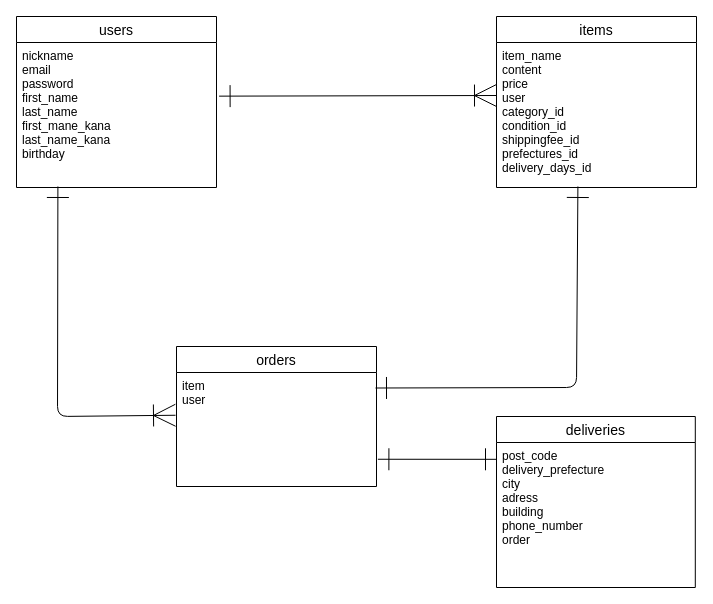
rikakohira/furima-38304 keeps this draw.io diagram as app/controllers/furima.dio. Above is the earlier version. Source tidied: cells renumbered, new cells numbered last; positions are measured from the earlier drawing's top-left corner, leaving out a move shared by most shapes. Both pictures are drawn from the tidied source at 100%, with x=0, y=0 at pixel (16, 16).
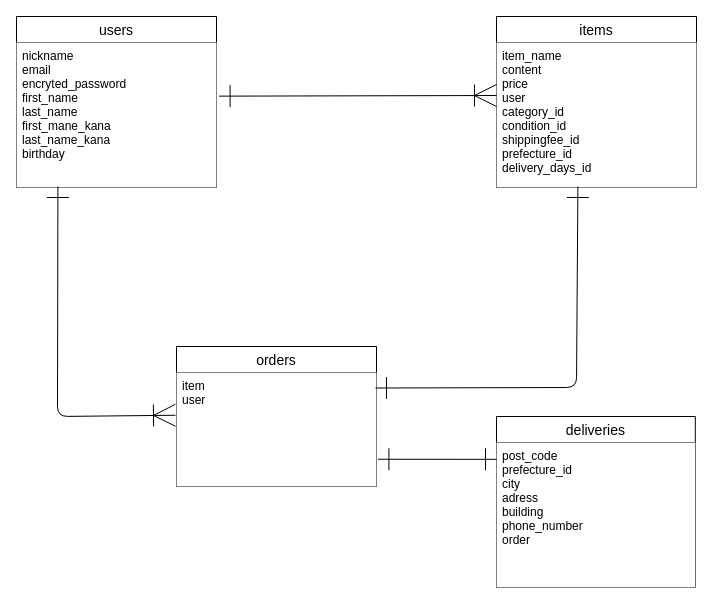
After the change.

Diff of the diagram source:
```diff
@@
-<mxGraphModel>
+<mxGraphModel background="#ffffff">
   <root>
     <mxCell id="0" />
     <mxCell id="1" parent="0" />
     <mxCell id="2" value="users" style="swimlane;fontStyle=0;horizontal=1;startSize=26;align=center;fontSize=14;" parent="1" vertex="1">
       <mxGeometry width="200" height="171" as="geometry" />
     </mxCell>
-    <mxCell id="3" value="nickname&#10;email&#10;password&#10;first_name&#10;last_name&#10;first_mane_kana&#10;last_name_kana&#10;birthday" style="text;strokeColor=none;fillColor=none;spacingLeft=4;spacingRight=4;overflow=hidden;points=[[0,0.5],[1,0.5]];portConstraint=eastwest;fontSize=12;" parent="2" vertex="1">
+    <mxCell id="3" value="nickname&#10;email&#10;encryted_password&#10;first_name&#10;last_name&#10;first_mane_kana&#10;last_name_kana&#10;birthday" style="text;spacingLeft=4;spacingRight=4;overflow=hidden;points=[[0,0.5],[1,0.5]];portConstraint=eastwest;fontSize=12;fillColor=default;" parent="2" vertex="1">
       <mxGeometry y="26" width="200" height="145" as="geometry" />
     </mxCell>
     <mxCell id="4" value="items" style="swimlane;fontStyle=0;horizontal=1;startSize=26;align=center;fontSize=14;" parent="1" vertex="1">
       <mxGeometry x="480" width="200" height="171" as="geometry" />
     </mxCell>
-    <mxCell id="5" value="item_name&#10;content&#10;price&#10;user&#10;category_id&#10;condition_id&#10;shippingfee_id&#10;prefectures_id&#10;delivery_days_id" style="text;strokeColor=none;fillColor=none;spacingLeft=4;spacingRight=4;overflow=hidden;points=[[0,0.5],[1,0.5]];portConstraint=eastwest;fontSize=12;" parent="4" vertex="1">
+    <mxCell id="5" value="item_name&#10;content&#10;price&#10;user&#10;category_id&#10;condition_id&#10;shippingfee_id&#10;prefecture_id&#10;delivery_days_id" style="text;strokeColor=none;fillColor=default;spacingLeft=4;spacingRight=4;overflow=hidden;points=[[0,0.5],[1,0.5]];portConstraint=eastwest;fontSize=12;" parent="4" vertex="1">
       <mxGeometry y="26" width="200" height="145" as="geometry" />
     </mxCell>
-    <mxCell id="6" style="edgeStyle=none;html=1;targetPerimeterSpacing=0;endArrow=ERone;endFill=0;endSize=20;startArrow=ERoneToMany;startFill=0;entryX=1.013;entryY=0.37;entryDx=0;entryDy=0;entryPerimeter=0;startSize=20;" parent="1" edge="1" target="3">
+    <mxCell id="6" style="edgeStyle=none;html=1;targetPerimeterSpacing=0;endArrow=ERone;endFill=0;endSize=20;startArrow=ERoneToMany;startFill=0;entryX=1.013;entryY=0.37;entryDx=0;entryDy=0;entryPerimeter=0;startSize=20;strokeColor=#000000;" parent="1" edge="1" target="3">
       <mxGeometry relative="1" as="geometry">
         <mxPoint x="480" y="79" as="sourcePoint" />
       </mxGeometry>
     </mxCell>
     <mxCell id="7" value="orders" style="swimlane;fontStyle=0;horizontal=1;startSize=26;align=center;fontSize=14;fontFamily=Helvetica;fontColor=default;" parent="1" vertex="1">
       <mxGeometry x="160" y="330" width="200" height="140" as="geometry" />
     </mxCell>
-    <mxCell id="8" value="item&#10;user" style="text;strokeColor=none;fillColor=none;spacingLeft=4;spacingRight=4;overflow=hidden;points=[[0,0.5],[1,0.5]];portConstraint=eastwest;fontSize=12;fontFamily=Helvetica;fontColor=default;" parent="7" vertex="1">
+    <mxCell id="8" value="item&#10;user" style="text;strokeColor=none;fillColor=default;spacingLeft=4;spacingRight=4;overflow=hidden;points=[[0,0.5],[1,0.5]];portConstraint=eastwest;fontSize=12;fontFamily=Helvetica;fontColor=default;" parent="7" vertex="1">
       <mxGeometry y="26" width="200" height="114" as="geometry" />
     </mxCell>
     <mxCell id="9" value="deliveries" style="swimlane;fontStyle=0;horizontal=1;startSize=26;align=center;fontSize=14;fontFamily=Helvetica;fontColor=default;" parent="1" vertex="1">
       <mxGeometry x="480" y="400" width="198.8" height="171" as="geometry" />
     </mxCell>
-    <mxCell id="10" value="post_code&#10;delivery_prefecture&#10;city&#10;adress&#10;building&#10;phone_number&#10;order" style="text;strokeColor=none;fillColor=none;spacingLeft=4;spacingRight=4;overflow=hidden;points=[[0,0.5],[1,0.5]];portConstraint=eastwest;fontSize=12;fontFamily=Helvetica;fontColor=default;" parent="9" vertex="1">
+    <mxCell id="10" value="post_code&#10;prefecture_id&#10;city&#10;adress&#10;building&#10;phone_number&#10;order" style="text;strokeColor=none;fillColor=default;spacingLeft=4;spacingRight=4;overflow=hidden;points=[[0,0.5],[1,0.5]];portConstraint=eastwest;fontSize=12;fontFamily=Helvetica;fontColor=default;" parent="9" vertex="1">
       <mxGeometry y="26" width="198.8" height="145" as="geometry" />
     </mxCell>
-    <mxCell id="11" style="edgeStyle=none;rounded=1;html=1;entryX=0.207;entryY=0.993;entryDx=0;entryDy=0;entryPerimeter=0;labelBackgroundColor=default;fontFamily=Helvetica;fontSize=11;fontColor=default;startArrow=ERoneToMany;startFill=0;endArrow=ERone;endFill=0;startSize=20;endSize=20;targetPerimeterSpacing=0;strokeColor=default;exitX=-0.005;exitY=0.375;exitDx=0;exitDy=0;exitPerimeter=0;" parent="1" edge="1" source="8" target="3">
+    <mxCell id="11" style="edgeStyle=none;rounded=1;html=1;entryX=0.207;entryY=0.993;entryDx=0;entryDy=0;entryPerimeter=0;labelBackgroundColor=default;fontFamily=Helvetica;fontSize=11;fontColor=default;startArrow=ERoneToMany;startFill=0;endArrow=ERone;endFill=0;startSize=20;endSize=20;targetPerimeterSpacing=0;strokeColor=#000000;exitX=-0.005;exitY=0.375;exitDx=0;exitDy=0;exitPerimeter=0;" parent="1" edge="1" source="8" target="3">
       <mxGeometry relative="1" as="geometry">
         <Array as="points">
           <mxPoint x="41" y="400" />
         </Array>
       </mxGeometry>
     </mxCell>
-    <mxCell id="12" style="edgeStyle=none;rounded=1;html=1;labelBackgroundColor=default;fontFamily=Helvetica;fontSize=11;fontColor=default;startArrow=ERone;startFill=0;endArrow=ERone;endFill=0;startSize=20;endSize=20;targetPerimeterSpacing=0;strokeColor=default;entryX=0.995;entryY=0.136;entryDx=0;entryDy=0;entryPerimeter=0;exitX=0.407;exitY=0.993;exitDx=0;exitDy=0;exitPerimeter=0;" parent="1" edge="1" source="5" target="8">
+    <mxCell id="12" style="edgeStyle=none;rounded=1;html=1;labelBackgroundColor=default;fontFamily=Helvetica;fontSize=11;fontColor=default;startArrow=ERone;startFill=0;endArrow=ERone;endFill=0;startSize=20;endSize=20;targetPerimeterSpacing=0;strokeColor=#000000;entryX=0.995;entryY=0.136;entryDx=0;entryDy=0;entryPerimeter=0;exitX=0.407;exitY=0.993;exitDx=0;exitDy=0;exitPerimeter=0;" parent="1" edge="1" source="5" target="8">
       <mxGeometry relative="1" as="geometry">
         <Array as="points">
           <mxPoint x="560" y="371" />
         </Array>
       </mxGeometry>
     </mxCell>
-    <mxCell id="13" style="edgeStyle=none;rounded=1;html=1;exitX=1.007;exitY=0.761;exitDx=0;exitDy=0;labelBackgroundColor=default;fontFamily=Helvetica;fontSize=11;fontColor=default;startArrow=ERone;startFill=0;endArrow=ERone;endFill=0;startSize=20;endSize=20;targetPerimeterSpacing=0;strokeColor=default;exitPerimeter=0;entryX=0;entryY=0.116;entryDx=0;entryDy=0;entryPerimeter=0;" parent="1" edge="1" source="8" target="10">
+    <mxCell id="13" style="edgeStyle=none;rounded=1;html=1;exitX=1.007;exitY=0.761;exitDx=0;exitDy=0;labelBackgroundColor=default;fontFamily=Helvetica;fontSize=11;fontColor=default;startArrow=ERone;startFill=0;endArrow=ERone;endFill=0;startSize=20;endSize=20;targetPerimeterSpacing=0;strokeColor=#000000;exitPerimeter=0;entryX=0;entryY=0.116;entryDx=0;entryDy=0;entryPerimeter=0;" parent="1" edge="1" source="8" target="10">
       <mxGeometry relative="1" as="geometry" />
     </mxCell>
   </root>
 </mxGraphModel>
```
